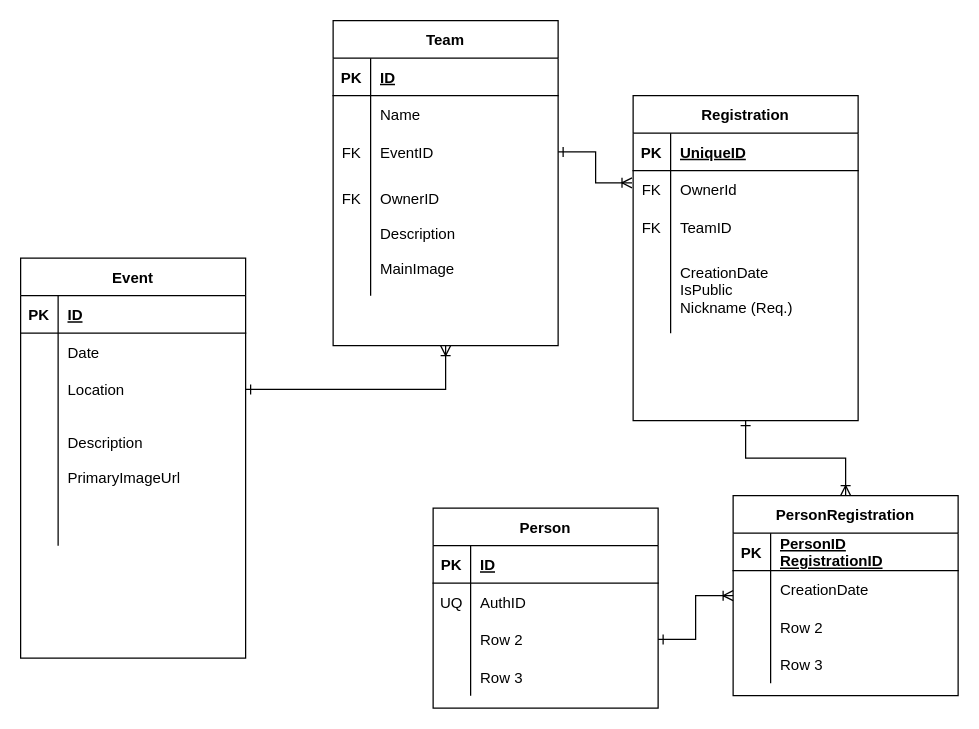
This is page "Schema" (2 of 2) of docs/datamodel.drawio from SnowSE/project_aspen, a draw.io file, before an edit. Source tidied: cells renumbered, new cells numbered last; positions are measured from the earlier drawing's top-left corner, leaving out a move shared by most shapes. Both pictures are drawn from the tidied source at 125%, with x=0, y=0 at pixel (20, 20).
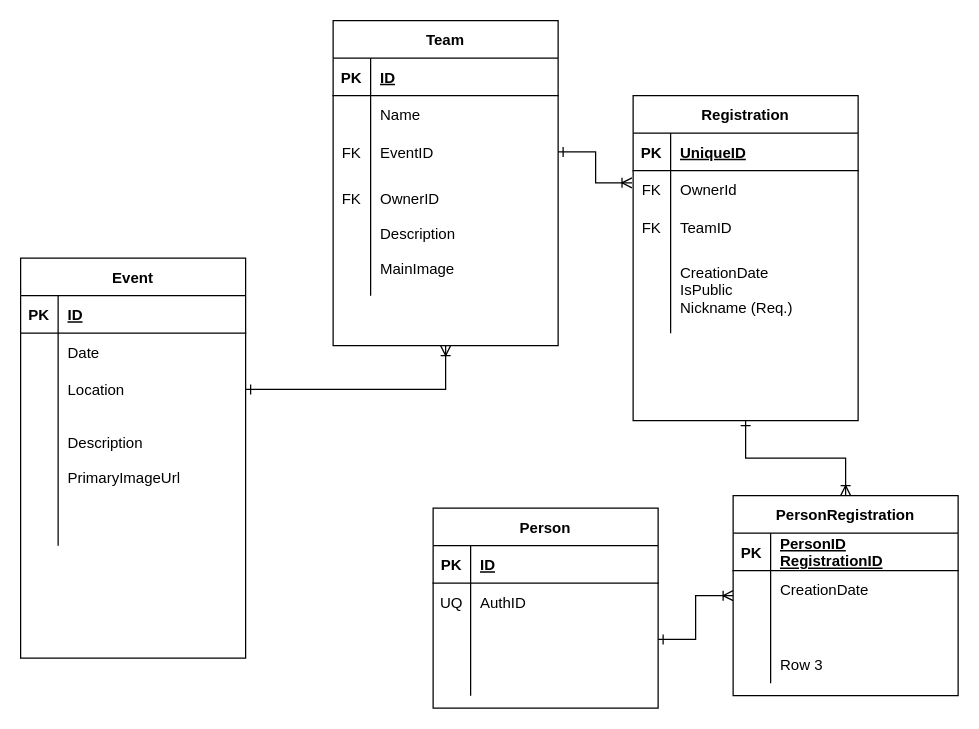
Above is the later version.

Unchanged cells that the change refers to:
```xml
<mxCell id="36" style="shape=partialRectangle;fillColor=none;top=0;left=0;bottom=0;right=0;points=[[0,0.5],[1,0.5]];portConstraint=eastwest;" parent="29" vertex="1">
  <mxGeometry y="90" width="180" height="30" as="geometry" />
</mxCell>
<mxCell id="39" style="shape=partialRectangle;fillColor=none;top=0;left=0;bottom=0;right=0;" parent="29" vertex="1">
  <mxGeometry y="120" width="180" height="30" as="geometry" />
</mxCell>
<mxCell id="64" style="shape=partialRectangle;fillColor=none;top=0;left=0;bottom=0;right=0;" parent="57" vertex="1">
  <mxGeometry y="90" width="180" height="30" as="geometry" />
</mxCell>
```

Diff of the diagram source:
```diff
@@
-    <mxCell id="38" value="Row 2" style="shape=partialRectangle;fillColor=none;top=0;left=0;bottom=0;right=0;align=left;spacingLeft=6;overflow=hidden;" parent="36" vertex="1">
+    <mxCell id="38" style="shape=partialRectangle;fillColor=none;top=0;left=0;bottom=0;right=0;align=left;spacingLeft=6;overflow=hidden;" parent="36" vertex="1">
       <mxGeometry x="30" width="150" height="30" as="geometry" />
     </mxCell>
@@
-    <mxCell id="41" value="Row 3" style="shape=partialRectangle;fillColor=none;top=0;left=0;bottom=0;right=0;align=left;spacingLeft=6;overflow=hidden;" parent="39" vertex="1">
+    <mxCell id="41" style="shape=partialRectangle;fillColor=none;top=0;left=0;bottom=0;right=0;align=left;spacingLeft=6;overflow=hidden;" parent="39" vertex="1">
       <mxGeometry x="30" width="150" height="30" as="geometry" />
     </mxCell>
@@
-    <mxCell id="66" value="Row 2" style="shape=partialRectangle;fillColor=none;top=0;left=0;bottom=0;right=0;align=left;spacingLeft=6;overflow=hidden;" parent="64" vertex="1">
+    <mxCell id="66" style="shape=partialRectangle;fillColor=none;top=0;left=0;bottom=0;right=0;align=left;spacingLeft=6;overflow=hidden;" parent="64" vertex="1">
       <mxGeometry x="30" width="150" height="30" as="geometry" />
     </mxCell>
```
